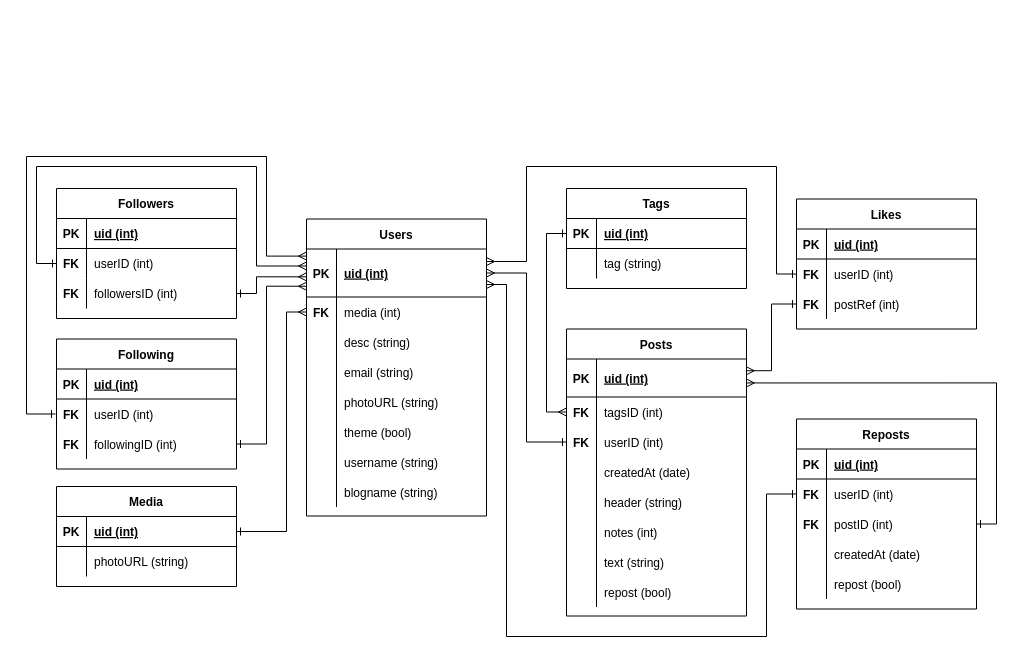
Before: page "relation diagram" (1 of 2) of relational diagram.drawio in h3rthrt/stars-microblog, a draw.io diagram. Source tidied: cells renumbered, new cells numbered last; positions are measured from the earlier drawing's top-left corner, leaving out a move shared by most shapes. Both pictures are drawn from the tidied source at 100%, with x=0, y=0 at pixel (26, 156).
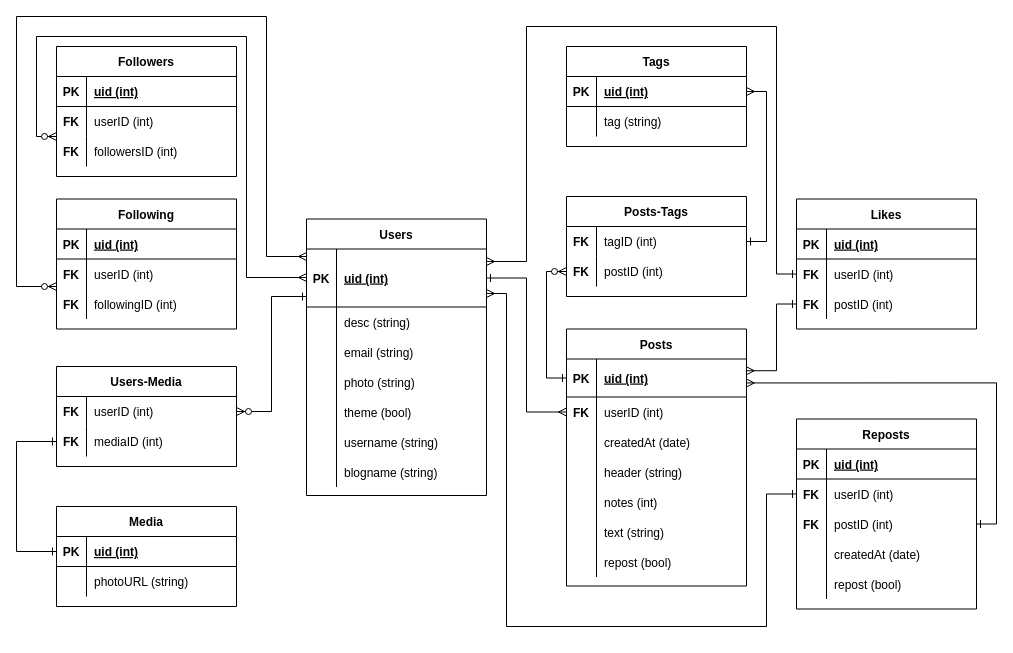
Above is the later version.

The change refers to these unchanged cells:
```xml
<mxCell id="31" style="shape=partialRectangle;fillColor=none;top=0;left=0;bottom=0;right=0;points=[[0,0.5],[1,0.5]];portConstraint=eastwest;" parent="27" vertex="1">
  <mxGeometry y="60" width="180" height="30" as="geometry" />
</mxCell>
<mxCell id="34" style="shape=partialRectangle;fillColor=none;top=0;left=0;bottom=0;right=0;points=[[0,0.5],[1,0.5]];portConstraint=eastwest;" parent="27" vertex="1">
  <mxGeometry y="90" width="180" height="30" as="geometry" />
</mxCell>
<mxCell id="44" style="shape=partialRectangle;fillColor=none;top=0;left=0;bottom=0;right=0;points=[[0,0.5],[1,0.5]];portConstraint=eastwest;" parent="37" vertex="1">
  <mxGeometry y="90" width="180" height="30" as="geometry" />
</mxCell>
<mxCell id="48" style="shape=partialRectangle;fillColor=none;top=0;left=0;bottom=1;right=0;points=[[0,0.5],[1,0.5]];portConstraint=eastwest;" parent="47" vertex="1">
  <mxGeometry y="30" width="180" height="30" as="geometry" />
</mxCell>
<mxCell id="57" style="shape=partialRectangle;fillColor=none;top=0;left=0;bottom=1;right=0;points=[[0,0.5],[1,0.5]];portConstraint=eastwest;" parent="56" vertex="1">
  <mxGeometry y="30" width="180" height="38" as="geometry" />
</mxCell>
<mxCell id="82" style="shape=partialRectangle;fillColor=none;top=0;left=0;bottom=1;right=0;points=[[0,0.5],[1,0.5]];portConstraint=eastwest;" parent="81" vertex="1">
  <mxGeometry y="30" width="180" height="30" as="geometry" />
</mxCell>
<mxCell id="94" style="shape=partialRectangle;fillColor=none;top=0;left=0;bottom=0;right=0;points=[[0,0.5],[1,0.5]];portConstraint=eastwest;" parent="90" vertex="1">
  <mxGeometry y="60" width="180" height="30" as="geometry" />
</mxCell>
<mxCell id="97" style="shape=partialRectangle;fillColor=none;top=0;left=0;bottom=0;right=0;points=[[0,0.5],[1,0.5]];portConstraint=eastwest;" parent="90" vertex="1">
  <mxGeometry y="90" width="180" height="30" as="geometry" />
</mxCell>
<mxCell id="104" style="shape=partialRectangle;fillColor=none;top=0;left=0;bottom=0;right=0;points=[[0,0.5],[1,0.5]];portConstraint=eastwest;" parent="100" vertex="1">
  <mxGeometry y="60" width="180" height="30" as="geometry" />
</mxCell>
```

The edit, as a diff of the source:
```diff
@@
-<mxGraphModel>
+<mxGraphModel background="#ffffff">
@@
     <mxCell id="2" value="Users" style="shape=table;startSize=30;childLayout=tableLayout;rowLines=0;fontStyle=1;align=center;" parent="1" vertex="1">
-      <mxGeometry x="280" y="62.5" width="180" height="297" as="geometry" />
+      <mxGeometry x="280" y="62.5" width="180" height="276.5" as="geometry" />
     </mxCell>
     <mxCell id="3" style="shape=partialRectangle;fillColor=none;top=0;left=0;bottom=1;right=0;points=[[0,0.5],[1,0.5]];portConstraint=eastwest;" parent="2" vertex="1">
-      <mxGeometry y="30" width="180" height="48" as="geometry" />
+      <mxGeometry y="30" width="180" height="58" as="geometry" />
     </mxCell>
     <mxCell id="4" value="PK" style="shape=partialRectangle;fillColor=none;top=0;left=0;bottom=0;right=0;fontStyle=1;overflow=hidden;" parent="3" vertex="1">
-      <mxGeometry width="30" height="48" as="geometry" />
+      <mxGeometry width="30" height="58" as="geometry" />
     </mxCell>
     <mxCell id="5" value="uid (int)" style="shape=partialRectangle;fillColor=none;top=0;left=0;bottom=0;right=0;align=left;spacingLeft=6;fontStyle=5;overflow=hidden;" parent="3" vertex="1">
-      <mxGeometry x="30" width="150" height="48" as="geometry" />
+      <mxGeometry x="30" width="150" height="58" as="geometry" />
     </mxCell>
-    <mxCell id="6" style="shape=partialRectangle;fillColor=none;top=0;left=0;bottom=0;right=0;points=[[0,0.5],[1,0.5]];portConstraint=eastwest;" parent="2" vertex="1">
-      <mxGeometry y="78" width="180" height="30" as="geometry" />
-    </mxCell>
-    <mxCell id="7" value="FK" style="shape=partialRectangle;fillColor=none;top=0;left=0;bottom=0;right=0;overflow=hidden;fontStyle=1;" parent="6" vertex="1">
-      <mxGeometry width="30" height="30" as="geometry" />
-    </mxCell>
-    <mxCell id="8" value="media (int)" style="shape=partialRectangle;fillColor=none;top=0;left=0;bottom=0;right=0;align=left;spacingLeft=6;overflow=hidden;" parent="6" vertex="1">
-      <mxGeometry x="30" width="150" height="30" as="geometry" />
-    </mxCell>
     <mxCell id="9" style="shape=partialRectangle;fillColor=none;top=0;left=0;bottom=0;right=0;" parent="2" vertex="1">
-      <mxGeometry y="108" width="180" height="30" as="geometry" />
+      <mxGeometry y="88" width="180" height="30" as="geometry" />
     </mxCell>
@@
     <mxCell id="12" style="shape=partialRectangle;fillColor=none;top=0;left=0;bottom=0;right=0;" parent="2" vertex="1">
-      <mxGeometry y="138" width="180" height="30" as="geometry" />
+      <mxGeometry y="118" width="180" height="30" as="geometry" />
     </mxCell>
@@
     <mxCell id="15" style="shape=partialRectangle;fillColor=none;top=0;left=0;bottom=0;right=0;" parent="2" vertex="1">
-      <mxGeometry y="168" width="180" height="30" as="geometry" />
+      <mxGeometry y="148" width="180" height="30" as="geometry" />
     </mxCell>
@@
-    <mxCell id="17" value="photoURL (string)" style="shape=partialRectangle;fillColor=none;top=0;left=0;bottom=0;right=0;align=left;spacingLeft=6;overflow=hidden;" parent="15" vertex="1">
+    <mxCell id="17" value="photo (string)" style="shape=partialRectangle;fillColor=none;top=0;left=0;bottom=0;right=0;align=left;spacingLeft=6;overflow=hidden;" parent="15" vertex="1">
       <mxGeometry x="30" width="150" height="30" as="geometry" />
     </mxCell>
     <mxCell id="18" style="shape=partialRectangle;fillColor=none;top=0;left=0;bottom=0;right=0;" parent="2" vertex="1">
-      <mxGeometry y="198" width="180" height="30" as="geometry" />
+      <mxGeometry y="178" width="180" height="30" as="geometry" />
     </mxCell>
@@
     <mxCell id="21" style="shape=partialRectangle;fillColor=none;top=0;left=0;bottom=0;right=0;" parent="2" vertex="1">
-      <mxGeometry y="228" width="180" height="30" as="geometry" />
+      <mxGeometry y="208" width="180" height="30" as="geometry" />
     </mxCell>
@@
     <mxCell id="24" style="shape=partialRectangle;fillColor=none;top=0;left=0;bottom=0;right=0;" parent="2" vertex="1">
-      <mxGeometry y="258" width="180" height="30" as="geometry" />
+      <mxGeometry y="238" width="180" height="30" as="geometry" />
     </mxCell>
@@
     <mxCell id="27" value="Followers" style="shape=table;startSize=30;childLayout=tableLayout;rowLines=0;fontStyle=1;align=center;rounded=0;sketch=0;" parent="1" vertex="1">
-      <mxGeometry x="30" y="32" width="180" height="130" as="geometry" />
+      <mxGeometry x="30" y="-110" width="180" height="130" as="geometry" />
     </mxCell>
@@
     <mxCell id="37" value="Following" style="shape=table;startSize=30;childLayout=tableLayout;rowLines=0;fontStyle=1;align=center;rounded=0;sketch=0;" parent="1" vertex="1">
-      <mxGeometry x="30" y="182.5" width="180" height="130" as="geometry" />
+      <mxGeometry x="30" y="42.5" width="180" height="130" as="geometry" />
     </mxCell>
@@
     <mxCell id="47" value="Media" style="shape=table;startSize=30;childLayout=tableLayout;rowLines=0;fontStyle=1;align=center;rounded=0;sketch=0;" parent="1" vertex="1">
-      <mxGeometry x="30" y="330" width="180" height="100" as="geometry" />
+      <mxGeometry x="30" y="350" width="180" height="100" as="geometry" />
     </mxCell>
@@
-    <mxCell id="54" style="edgeStyle=orthogonalEdgeStyle;rounded=0;sketch=0;jettySize=auto;html=1;startArrow=ERone;startFill=0;endArrow=ERmany;endFill=0;exitX=0;exitY=0.5;exitDx=0;exitDy=0;entryX=0;entryY=0.148;entryDx=0;entryDy=0;entryPerimeter=0;" parent="1" edge="1" target="3">
+    <mxCell id="54" style="edgeStyle=orthogonalEdgeStyle;rounded=0;sketch=0;orthogonalLoop=1;jettySize=auto;html=1;startArrow=ERzeroToMany;startFill=1;endArrow=ERmany;endFill=0;" parent="1" edge="1">
       <mxGeometry relative="1" as="geometry">
-        <mxPoint x="29" y="257.5" as="sourcePoint" />
+        <mxPoint x="30" y="130" as="sourcePoint" />
+        <mxPoint x="280" y="100" as="targetPoint" />
         <Array as="points">
-          <mxPoint y="257" />
-          <mxPoint />
-          <mxPoint x="240" />
+          <mxPoint x="-10" y="130" />
+          <mxPoint x="-10" y="-140" />
+          <mxPoint x="240" y="-140" />
           <mxPoint x="240" y="100" />
         </Array>
       </mxGeometry>
     </mxCell>
-    <mxCell id="55" style="edgeStyle=orthogonalEdgeStyle;rounded=0;sketch=0;jettySize=auto;html=1;entryX=0;entryY=0.5;entryDx=0;entryDy=0;startArrow=ERone;startFill=0;endArrow=ERmany;endFill=0;exitX=1;exitY=0.5;exitDx=0;exitDy=0;" parent="1" edge="1" source="48" target="6">
-      <mxGeometry relative="1" as="geometry">
-        <Array as="points">
-          <mxPoint x="260" y="375" />
-          <mxPoint x="260" y="156" />
-        </Array>
-      </mxGeometry>
-    </mxCell>
     <mxCell id="56" value="Posts" style="shape=table;startSize=30;childLayout=tableLayout;rowLines=0;fontStyle=1;align=center;rounded=0;sketch=0;" parent="1" vertex="1">
-      <mxGeometry x="540" y="172.5" width="180" height="287" as="geometry" />
+      <mxGeometry x="540" y="172.5" width="180" height="257" as="geometry" />
     </mxCell>
@@
-    <mxCell id="60" style="shape=partialRectangle;fillColor=none;top=0;left=0;bottom=0;right=0;points=[[0,0.5],[1,0.5]];portConstraint=eastwest;" parent="56" vertex="1">
-      <mxGeometry y="68" width="180" height="30" as="geometry" />
-    </mxCell>
-    <mxCell id="61" value="FK" style="shape=partialRectangle;fillColor=none;top=0;left=0;bottom=0;right=0;overflow=hidden;fontStyle=1;" parent="60" vertex="1">
-      <mxGeometry width="30" height="30" as="geometry" />
-    </mxCell>
-    <mxCell id="62" value="tagsID (int)" style="shape=partialRectangle;fillColor=none;top=0;left=0;bottom=0;right=0;align=left;spacingLeft=6;overflow=hidden;" parent="60" vertex="1">
-      <mxGeometry x="30" width="150" height="30" as="geometry" />
-    </mxCell>
     <mxCell id="63" style="shape=partialRectangle;fillColor=none;top=0;left=0;bottom=0;right=0;points=[[0,0.5],[1,0.5]];portConstraint=eastwest;" parent="56" vertex="1">
-      <mxGeometry y="98" width="180" height="30" as="geometry" />
+      <mxGeometry y="68" width="180" height="30" as="geometry" />
     </mxCell>
@@
     <mxCell id="66" style="shape=partialRectangle;fillColor=none;top=0;left=0;bottom=0;right=0;" parent="56" vertex="1">
-      <mxGeometry y="128" width="180" height="30" as="geometry" />
+      <mxGeometry y="98" width="180" height="30" as="geometry" />
     </mxCell>
@@
     <mxCell id="69" style="shape=partialRectangle;fillColor=none;top=0;left=0;bottom=0;right=0;" parent="56" vertex="1">
-      <mxGeometry y="158" width="180" height="30" as="geometry" />
+      <mxGeometry y="128" width="180" height="30" as="geometry" />
     </mxCell>
@@
     <mxCell id="72" style="shape=partialRectangle;fillColor=none;top=0;left=0;bottom=0;right=0;" parent="56" vertex="1">
-      <mxGeometry y="188" width="180" height="30" as="geometry" />
+      <mxGeometry y="158" width="180" height="30" as="geometry" />
     </mxCell>
@@
     <mxCell id="75" style="shape=partialRectangle;fillColor=none;top=0;left=0;bottom=0;right=0;" parent="56" vertex="1">
-      <mxGeometry y="218" width="180" height="30" as="geometry" />
+      <mxGeometry y="188" width="180" height="30" as="geometry" />
     </mxCell>
@@
     <mxCell id="78" style="shape=partialRectangle;fillColor=none;top=0;left=0;bottom=0;right=0;" parent="56" vertex="1">
-      <mxGeometry y="248" width="180" height="30" as="geometry" />
+      <mxGeometry y="218" width="180" height="30" as="geometry" />
     </mxCell>
@@
     <mxCell id="81" value="Tags" style="shape=table;startSize=30;childLayout=tableLayout;rowLines=0;fontStyle=1;align=center;rounded=0;sketch=0;" parent="1" vertex="1">
-      <mxGeometry x="540" y="32" width="180" height="100" as="geometry" />
+      <mxGeometry x="540" y="-110" width="180" height="100" as="geometry" />
     </mxCell>
@@
-    <mxCell id="88" style="edgeStyle=orthogonalEdgeStyle;rounded=0;sketch=0;jettySize=auto;html=1;entryX=1;entryY=0.5;entryDx=0;entryDy=0;startArrow=ERone;startFill=0;endArrow=ERmany;endFill=0;" parent="1" edge="1" source="63" target="3">
+    <mxCell id="88" style="edgeStyle=orthogonalEdgeStyle;rounded=0;sketch=0;jettySize=auto;html=1;entryX=1;entryY=0.5;entryDx=0;entryDy=0;startArrow=ERmany;startFill=0;endArrow=ERone;endFill=0;" parent="1" edge="1" source="63" target="3">
       <mxGeometry relative="1" as="geometry" />
     </mxCell>
-    <mxCell id="89" style="edgeStyle=orthogonalEdgeStyle;rounded=0;sketch=0;jettySize=auto;html=1;entryX=0;entryY=0.5;entryDx=0;entryDy=0;startArrow=ERone;startFill=0;endArrow=ERmany;endFill=0;exitX=0;exitY=0.5;exitDx=0;exitDy=0;" parent="1" edge="1" source="82" target="60">
+    <mxCell id="89" style="edgeStyle=orthogonalEdgeStyle;rounded=0;sketch=0;jettySize=auto;html=1;entryX=1;entryY=0.5;entryDx=0;entryDy=0;startArrow=ERmany;startFill=0;endArrow=ERone;endFill=0;exitX=1;exitY=0.5;exitDx=0;exitDy=0;" parent="1" edge="1" source="82" target="124">
       <mxGeometry relative="1" as="geometry">
         <Array as="points">
-          <mxPoint x="520" y="77" />
-          <mxPoint x="520" y="256" />
-          <mxPoint x="540" y="256" />
+          <mxPoint x="740" y="-65" />
+          <mxPoint x="740" y="85" />
         </Array>
       </mxGeometry>
     </mxCell>
@@
-    <mxCell id="99" value="postRef (int)" style="shape=partialRectangle;fillColor=none;top=0;left=0;bottom=0;right=0;align=left;spacingLeft=6;overflow=hidden;" parent="97" vertex="1">
+    <mxCell id="99" value="postID (int)" style="shape=partialRectangle;fillColor=none;top=0;left=0;bottom=0;right=0;align=left;spacingLeft=6;overflow=hidden;" parent="97" vertex="1">
       <mxGeometry x="30" width="150" height="30" as="geometry" />
     </mxCell>
@@
     <mxCell id="116" style="edgeStyle=orthogonalEdgeStyle;rounded=0;sketch=0;jettySize=auto;html=1;startArrow=ERone;startFill=0;endArrow=ERmany;endFill=0;exitX=0;exitY=0.5;exitDx=0;exitDy=0;" parent="1" edge="1" source="94" target="3">
       <mxGeometry relative="1" as="geometry">
         <Array as="points">
           <mxPoint x="750" y="118" />
-          <mxPoint x="750" y="10" />
-          <mxPoint x="500" y="10" />
+          <mxPoint x="750" y="-130" />
+          <mxPoint x="500" y="-130" />
           <mxPoint x="500" y="105" />
         </Array>
       </mxGeometry>
     </mxCell>
     <mxCell id="117" style="edgeStyle=orthogonalEdgeStyle;rounded=0;sketch=0;jettySize=auto;html=1;entryX=0.999;entryY=0.309;entryDx=0;entryDy=0;startArrow=ERone;startFill=0;endArrow=ERmany;endFill=0;entryPerimeter=0;" parent="1" edge="1" source="97" target="57">
-      <mxGeometry relative="1" as="geometry" />
+      <mxGeometry relative="1" as="geometry">
+        <Array as="points">
+          <mxPoint x="750" y="147" />
+          <mxPoint x="750" y="214" />
+        </Array>
+      </mxGeometry>
     </mxCell>
     <mxCell id="118" style="edgeStyle=orthogonalEdgeStyle;rounded=0;sketch=0;jettySize=auto;html=1;startArrow=ERone;startFill=0;endArrow=ERmany;endFill=0;exitX=0;exitY=0.5;exitDx=0;exitDy=0;" parent="1" edge="1" source="104">
       <mxGeometry relative="1" as="geometry">
-        <mxPoint x="460" y="128" as="targetPoint" />
+        <mxPoint x="460" y="137" as="targetPoint" />
         <Array as="points">
-          <mxPoint x="740" y="338" />
-          <mxPoint x="740" y="480" />
-          <mxPoint x="480" y="480" />
-          <mxPoint x="480" y="128" />
+          <mxPoint x="740" y="337" />
+          <mxPoint x="740" y="470" />
+          <mxPoint x="480" y="470" />
+          <mxPoint x="480" y="137" />
         </Array>
       </mxGeometry>
     </mxCell>
@@
-    <mxCell id="120" style="edgeStyle=orthogonalEdgeStyle;rounded=0;sketch=0;jettySize=auto;html=1;entryX=0;entryY=0.58;entryDx=0;entryDy=0;startArrow=ERone;startFill=0;endArrow=ERmany;endFill=0;entryPerimeter=0;" parent="1" edge="1" source="34" target="3">
-      <mxGeometry relative="1" as="geometry">
-        <Array as="points">
-          <mxPoint x="230" y="137" />
-          <mxPoint x="230" y="120" />
-          <mxPoint x="280" y="120" />
-        </Array>
-      </mxGeometry>
-    </mxCell>
-    <mxCell id="121" style="edgeStyle=orthogonalEdgeStyle;rounded=0;sketch=0;jettySize=auto;html=1;entryX=0;entryY=0.776;entryDx=0;entryDy=0;entryPerimeter=0;startArrow=ERone;startFill=0;endArrow=ERmany;endFill=0;" parent="1" edge="1" source="44" target="3">
-      <mxGeometry relative="1" as="geometry">
-        <Array as="points">
-          <mxPoint x="240" y="288" />
-          <mxPoint x="240" y="130" />
-        </Array>
-      </mxGeometry>
-    </mxCell>
-    <mxCell id="122" style="edgeStyle=orthogonalEdgeStyle;rounded=0;sketch=0;jettySize=auto;html=1;entryX=0;entryY=0.354;entryDx=0;entryDy=0;entryPerimeter=0;startArrow=ERone;startFill=0;endArrow=ERmany;endFill=0;" parent="1" edge="1" source="31" target="3">
+    <mxCell id="122" style="edgeStyle=orthogonalEdgeStyle;rounded=0;sketch=0;jettySize=auto;html=1;startArrow=ERzeroToMany;startFill=1;endArrow=ERmany;endFill=0;" parent="1" edge="1" target="3">
       <mxGeometry relative="1" as="geometry">
+        <mxPoint x="30" y="-20" as="sourcePoint" />
         <Array as="points">
-          <mxPoint x="10" y="107" />
-          <mxPoint x="10" y="10" />
-          <mxPoint x="230" y="10" />
-          <mxPoint x="230" y="110" />
+          <mxPoint x="10" y="-20" />
+          <mxPoint x="10" y="-120" />
+          <mxPoint x="220" y="-120" />
+          <mxPoint x="220" y="121" />
         </Array>
       </mxGeometry>
     </mxCell>
+    <mxCell id="123" value="Posts-Tags" style="shape=table;startSize=30;childLayout=tableLayout;rowLines=0;fontStyle=1;align=center;" parent="1" vertex="1">
+      <mxGeometry x="540" y="40" width="180" height="100" as="geometry" />
+    </mxCell>
+    <mxCell id="124" style="shape=partialRectangle;fillColor=none;top=0;left=0;bottom=0;right=0;points=[[0,0.5],[1,0.5]];portConstraint=eastwest;" parent="123" vertex="1">
+      <mxGeometry y="30" width="180" height="30" as="geometry" />
+    </mxCell>
+    <mxCell id="125" value="FK" style="shape=partialRectangle;fillColor=none;top=0;left=0;bottom=0;right=0;overflow=hidden;fontStyle=1;" parent="124" vertex="1">
+      <mxGeometry width="30" height="30" as="geometry" />
+    </mxCell>
+    <mxCell id="126" value="tagID (int)" style="shape=partialRectangle;fillColor=none;top=0;left=0;bottom=0;right=0;align=left;spacingLeft=6;overflow=hidden;" parent="124" vertex="1">
+      <mxGeometry x="30" width="150" height="30" as="geometry" />
+    </mxCell>
+    <mxCell id="127" style="shape=partialRectangle;fillColor=none;top=0;left=0;bottom=0;right=0;points=[[0,0.5],[1,0.5]];portConstraint=eastwest;" parent="123" vertex="1">
+      <mxGeometry y="60" width="180" height="30" as="geometry" />
+    </mxCell>
+    <mxCell id="128" value="FK" style="shape=partialRectangle;fillColor=none;top=0;left=0;bottom=0;right=0;overflow=hidden;fontStyle=1;" parent="127" vertex="1">
+      <mxGeometry width="30" height="30" as="geometry" />
+    </mxCell>
+    <mxCell id="129" value="postID (int)" style="shape=partialRectangle;fillColor=none;top=0;left=0;bottom=0;right=0;align=left;spacingLeft=6;overflow=hidden;" parent="127" vertex="1">
+      <mxGeometry x="30" width="150" height="30" as="geometry" />
+    </mxCell>
+    <mxCell id="130" style="edgeStyle=orthogonalEdgeStyle;rounded=0;jettySize=auto;html=1;entryX=0;entryY=0.5;entryDx=0;entryDy=0;startArrow=ERone;startFill=0;exitX=0;exitY=0.5;exitDx=0;exitDy=0;endArrow=ERzeroToMany;endFill=1;" parent="1" edge="1" source="57" target="127">
+      <mxGeometry relative="1" as="geometry">
+        <Array as="points">
+          <mxPoint x="520" y="222" />
+          <mxPoint x="520" y="115" />
+        </Array>
+      </mxGeometry>
+    </mxCell>
+    <mxCell id="131" value="Users-Media" style="shape=table;startSize=30;childLayout=tableLayout;rowLines=0;fontStyle=1;align=center;rounded=0;sketch=0;" parent="1" vertex="1">
+      <mxGeometry x="30" y="210" width="180" height="100" as="geometry" />
+    </mxCell>
+    <mxCell id="132" style="shape=partialRectangle;fillColor=none;top=0;left=0;bottom=0;right=0;points=[[0,0.5],[1,0.5]];portConstraint=eastwest;" parent="131" vertex="1">
+      <mxGeometry y="30" width="180" height="30" as="geometry" />
+    </mxCell>
+    <mxCell id="133" value="FK" style="shape=partialRectangle;fillColor=none;top=0;left=0;bottom=0;right=0;overflow=hidden;fontStyle=1;" parent="132" vertex="1">
+      <mxGeometry width="30" height="30" as="geometry" />
+    </mxCell>
+    <mxCell id="134" value="userID (int)" style="shape=partialRectangle;fillColor=none;top=0;left=0;bottom=0;right=0;align=left;spacingLeft=6;overflow=hidden;" parent="132" vertex="1">
+      <mxGeometry x="30" width="150" height="30" as="geometry" />
+    </mxCell>
+    <mxCell id="135" style="shape=partialRectangle;fillColor=none;top=0;left=0;bottom=0;right=0;points=[[0,0.5],[1,0.5]];portConstraint=eastwest;" parent="131" vertex="1">
+      <mxGeometry y="60" width="180" height="30" as="geometry" />
+    </mxCell>
+    <mxCell id="136" value="FK" style="shape=partialRectangle;fillColor=none;top=0;left=0;bottom=0;right=0;overflow=hidden;fontStyle=1;" parent="135" vertex="1">
+      <mxGeometry width="30" height="30" as="geometry" />
+    </mxCell>
+    <mxCell id="137" value="mediaID (int)" style="shape=partialRectangle;fillColor=none;top=0;left=0;bottom=0;right=0;align=left;spacingLeft=6;overflow=hidden;" parent="135" vertex="1">
+      <mxGeometry x="30" width="150" height="30" as="geometry" />
+    </mxCell>
+    <mxCell id="138" style="edgeStyle=orthogonalEdgeStyle;rounded=0;jettySize=auto;html=1;entryX=1;entryY=0.5;entryDx=0;entryDy=0;startArrow=ERone;startFill=0;endArrow=ERzeroToMany;endFill=1;" parent="1" edge="1" source="3" target="132">
+      <mxGeometry relative="1" as="geometry">
+        <Array as="points">
+          <mxPoint x="245" y="140" />
+          <mxPoint x="245" y="255" />
+        </Array>
+      </mxGeometry>
+    </mxCell>
+    <mxCell id="139" style="edgeStyle=orthogonalEdgeStyle;rounded=0;jettySize=auto;html=1;entryX=0;entryY=0.5;entryDx=0;entryDy=0;startArrow=ERone;startFill=0;endArrow=ERone;endFill=0;exitX=0;exitY=0.5;exitDx=0;exitDy=0;" parent="1" edge="1" source="135" target="48">
+      <mxGeometry relative="1" as="geometry">
+        <Array as="points">
+          <mxPoint x="-10" y="285" />
+          <mxPoint x="-10" y="395" />
+        </Array>
+      </mxGeometry>
+    </mxCell>
```
